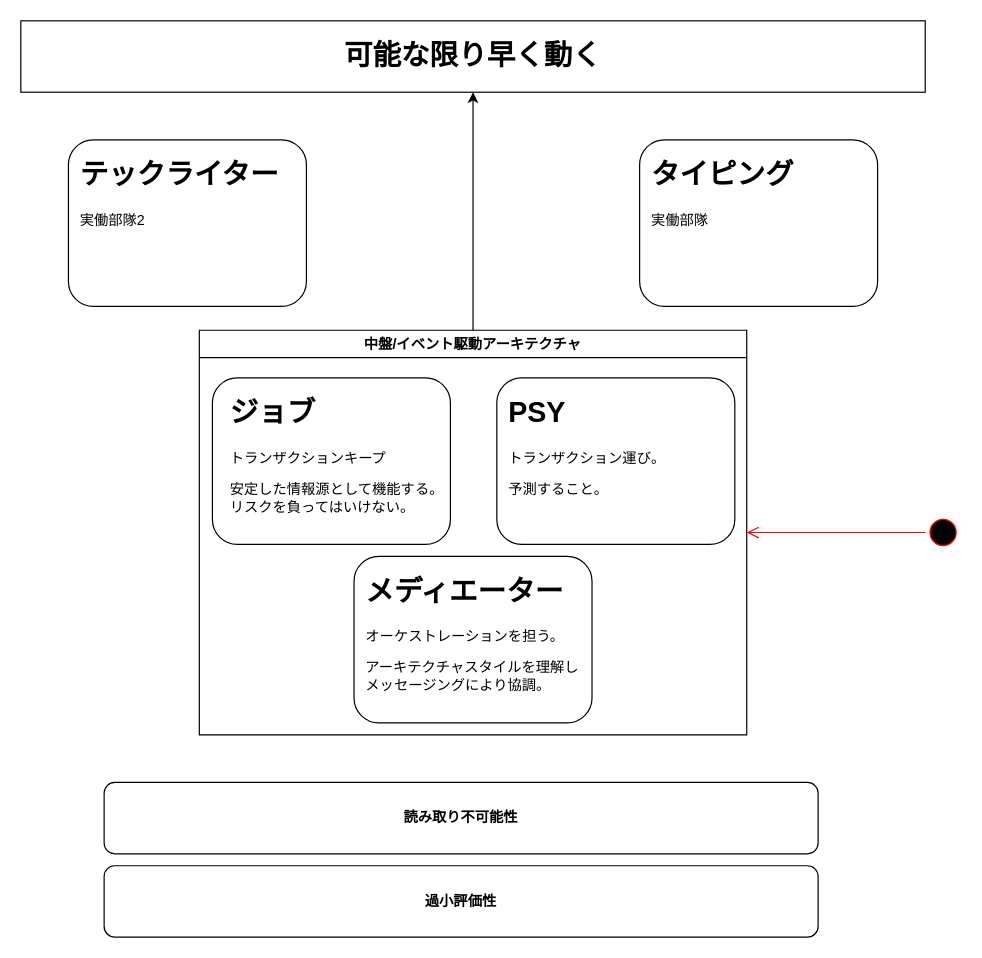
minegishirei/draw_v1 keeps this draw.io diagram as page "ページ3" (3 of 3) of 名称未設定ファイル.drawio. Above is the earlier version. Source tidied: cells renumbered, new cells numbered last; positions are measured from the earlier drawing's top-left corner, leaving out a move shared by most shapes. Both pictures are drawn from the tidied source at 119%, with x=0, y=0 at pixel (20, 20).
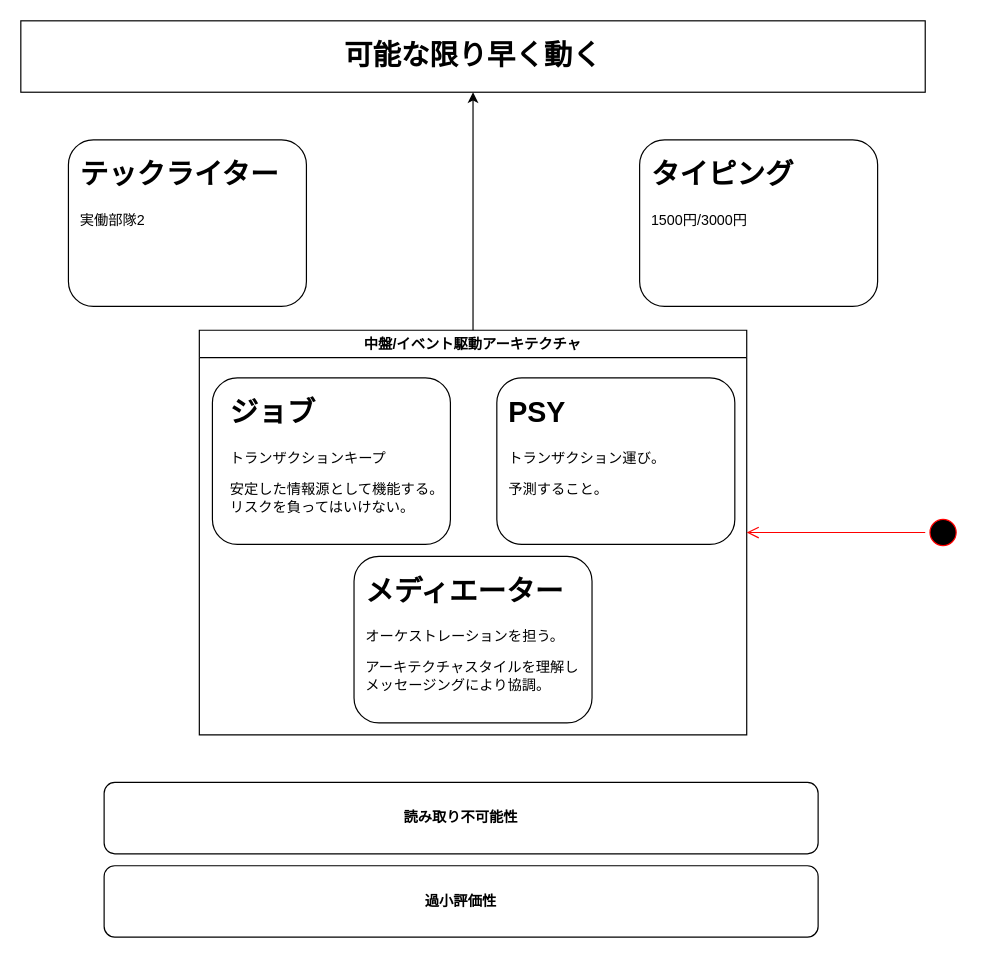
The same page after the edit.

Commit message:
Update 名称未設定ファイル.drawio

The change refers to these unchanged cells:
```xml
<mxCell id="12" style="group;" parent="1" vertex="1">
  <mxGeometry x="520" y="100" width="200" height="140" as="geometry" />
</mxCell>
```

What changed in the source:
```diff
@@
-    <mxCell id="14" value="&lt;h1&gt;タイピング&lt;/h1&gt;&lt;p&gt;&lt;span style=&quot;background-color: initial;&quot;&gt;実働部隊&lt;/span&gt;&lt;/p&gt;" style="text;html=1;strokeColor=none;fillColor=none;spacing=5;spacingTop=-20;whiteSpace=wrap;overflow=hidden;rounded=0;" parent="12" vertex="1">
+    <mxCell id="14" value="&lt;h1&gt;タイピング&lt;/h1&gt;&lt;p&gt;1500円/3000円&lt;/p&gt;" style="text;html=1;strokeColor=none;fillColor=none;spacing=5;spacingTop=-20;whiteSpace=wrap;overflow=hidden;rounded=0;" parent="12" vertex="1">
       <mxGeometry x="5" y="10" width="190" height="120" as="geometry" />
     </mxCell>
```
